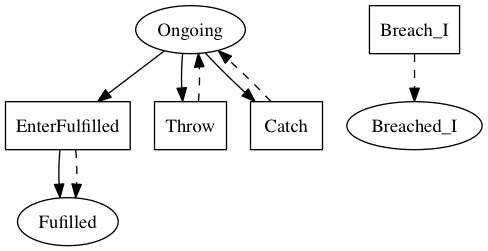
Before: linear_state_machine_language/pyL4/examples/out_graphviz/toy_and_teaching/minimal_future-actions2.png, a diagram exported from Graphviz (Marcao02/complaw-deeptech). Its source is kept beside it as linear_state_machine_language/pyL4/examples/out_graphviz/toy_and_teaching/minimal_future-actions2.dot.
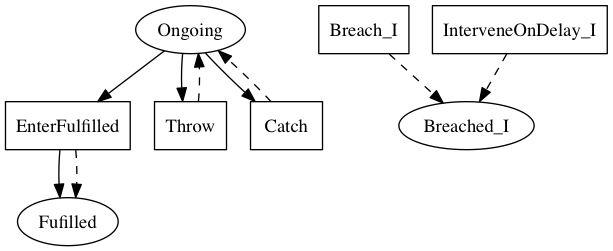
The same file after the commit.

Change to the diagram source:
```diff
@@ -8,7 +8,8 @@
     Throw[label=Throw,shape=box];
 	Catch[label=Catch,shape=box];
 	EnterFulfilled[label=EnterFulfilled,shape=box];
-	Breach_I[label=Breach_I,shape=box]
+	Breach_I[label=Breach_I,shape=box];
+	InterveneOnDelay_I[label=InterveneOnDelay_I,shape=box]
 
     EnterFulfilled -> Fulfilled;
 
@@ -20,6 +21,7 @@
 	Catch -> Ongoing [style=dashed];
 	EnterFulfilled -> Fulfilled [style=dashed];
 	Breach_I -> Breached_I [style=dashed];
+	InterveneOnDelay_I -> Breached_I [style=dashed];
 
 
 
```
